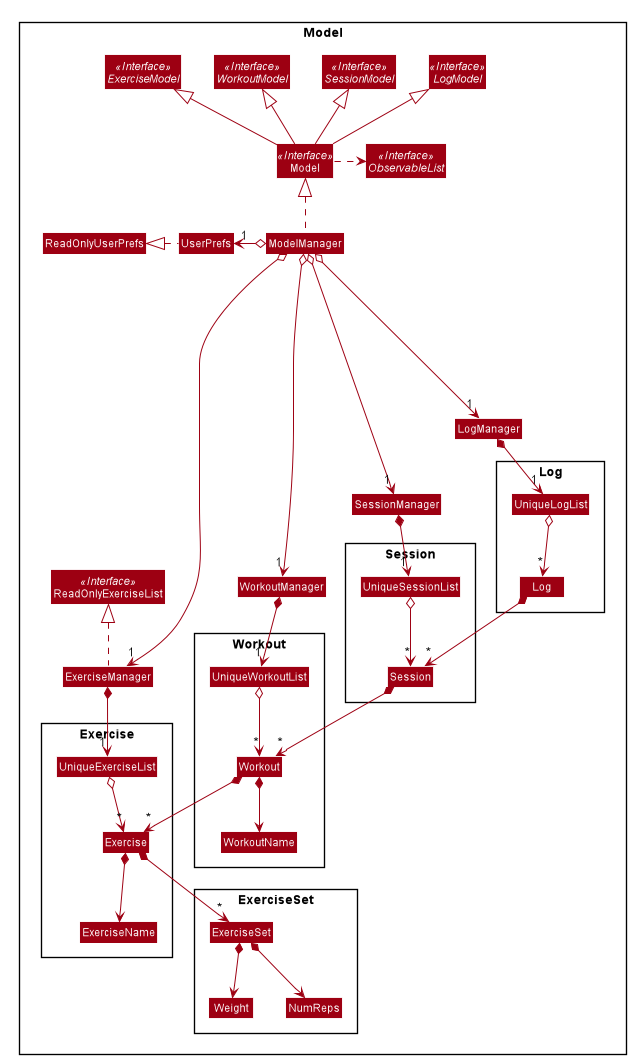
Above: docs/images/ModelClassDiagram.png in nus-cs2103-AY1920S2/addressbook-level3 (PlantUML), before the change.
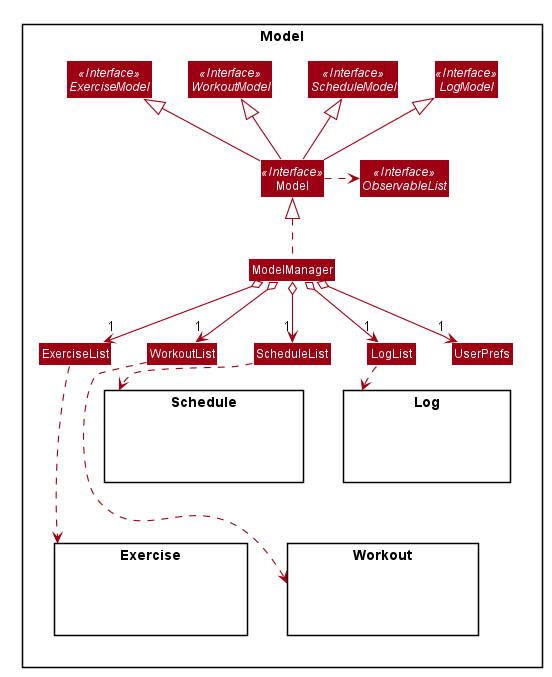
The same diagram one commit later.

Diff of the diagram source:
```diff
@@ -1,4 +1,6 @@
 @startuml
+
+
 
 
 
@@ -51,90 +53,55 @@
 skinparam arrowColor #9D0012
 skinparam classBackgroundColor #9D0012
 
-Package Model <<Rectangle>>{
-Interface ReadOnlyExerciseList <<Interface>>
-Interface Model <<Interface>>
-Interface ExerciseModel <<Interface>>
-Interface WorkoutModel <<Interface>>
-Interface SessionModel <<Interface>>
-Interface LogModel <<Interface>>
-Interface ObservableList <<Interface>>
-Class ExerciseManager
-Class ReadOnlyExerciseList
-Class WorkoutManager
-Class SessionManager
-Class LogManager
-Class Model
-Class ModelManager
-Class UserPrefs
-Class ReadOnlyUserPrefs
+Package Model <<Rectangle>> {
+    Interface Model <<Interface>>
+    Interface ExerciseModel <<Interface>>
+    Interface WorkoutModel <<Interface>>
+    Interface ScheduleModel <<Interface>>
+    Interface LogModel <<Interface>>
+    Interface ObservableList <<Interface>>
 
-Package Exercise {
-Class Exercise
-Class ExerciseName
-Class UniqueExerciseList
+    Class ExerciseList
+    Class WorkoutList
+    Class ScheduleList
+    Class LogList
+
+    Class Model
+    Class ModelManager
+    Class UserPrefs
+
+    Package Exercise {
+        Class HiddenExerciseModel #FFFFFF
+    }
+
+    Package Workout {
+        Class HiddenWorkoutModel #FFFFFF
+    }
+
+    Package Schedule {
+        Class HiddenScheduleModel #FFFFFF
+    }
+
+    Package Log {
+        Class HiddenLogModel #FFFFFF
+    }
 }
-
-Package ExerciseSet {
-Class ExerciseSet
-Class Weight
-Class NumReps
-}
-
-Package Workout {
-Class Workout
-Class WorkoutName
-Class UniqueWorkoutList
-}
-
-Package Session {
-Class Session
-Class Workout
-Class UniqueSessionList
-}
-
-Package Log {
-Class Log
-Class Session
-Class UniqueLogList
-}
-}
-
-ExerciseManager .up.|> ReadOnlyExerciseList
 
 Model -up-|> ExerciseModel
 Model -up-|> WorkoutModel
-Model -up-|> SessionModel
+Model -up-|> ScheduleModel
 Model -up-|> LogModel
+Model .right.> ObservableList
 
 ModelManager .up.|> Model
-Model .right.> ObservableList
-ModelManager o-down-> "1" ExerciseManager
-ModelManager o-left-> "1" UserPrefs
-UserPrefs .left.|> ReadOnlyUserPrefs
+ModelManager o--> "1" UserPrefs
+ModelManager o--> "1" ExerciseList
+ModelManager o--> "1" WorkoutList
+ModelManager o--> "1" ScheduleList
+ModelManager o--> "1" LogList
 
-ExerciseManager *--> "1" UniqueExerciseList
-UniqueExerciseList o--> "*" Exercise
-Exercise *--> ExerciseName
-Exercise *--> "*" ExerciseSet
-
-ExerciseSet *--> Weight
-ExerciseSet *--> NumReps
-
-ModelManager o--> "1" WorkoutManager
-WorkoutManager *--> "1" UniqueWorkoutList
-UniqueWorkoutList o--> "*" Workout
-Workout *--> WorkoutName
-Workout *--> "*" Exercise
-
-ModelManager o--> "1" SessionManager
-SessionManager *--> "1" UniqueSessionList
-UniqueSessionList o--> "*" Session
-Session *--> "*" Workout
-
-ModelManager o----> "1" LogManager
-LogManager *--> "1" UniqueLogList
-UniqueLogList o--> "*" Log
-Log *--> "*" Session
-
+ExerciseList ...down.> Exercise
+WorkoutList ...down.> Workout
+ScheduleList .down.> Schedule
+LogList .down.> Log
 @enduml
```
